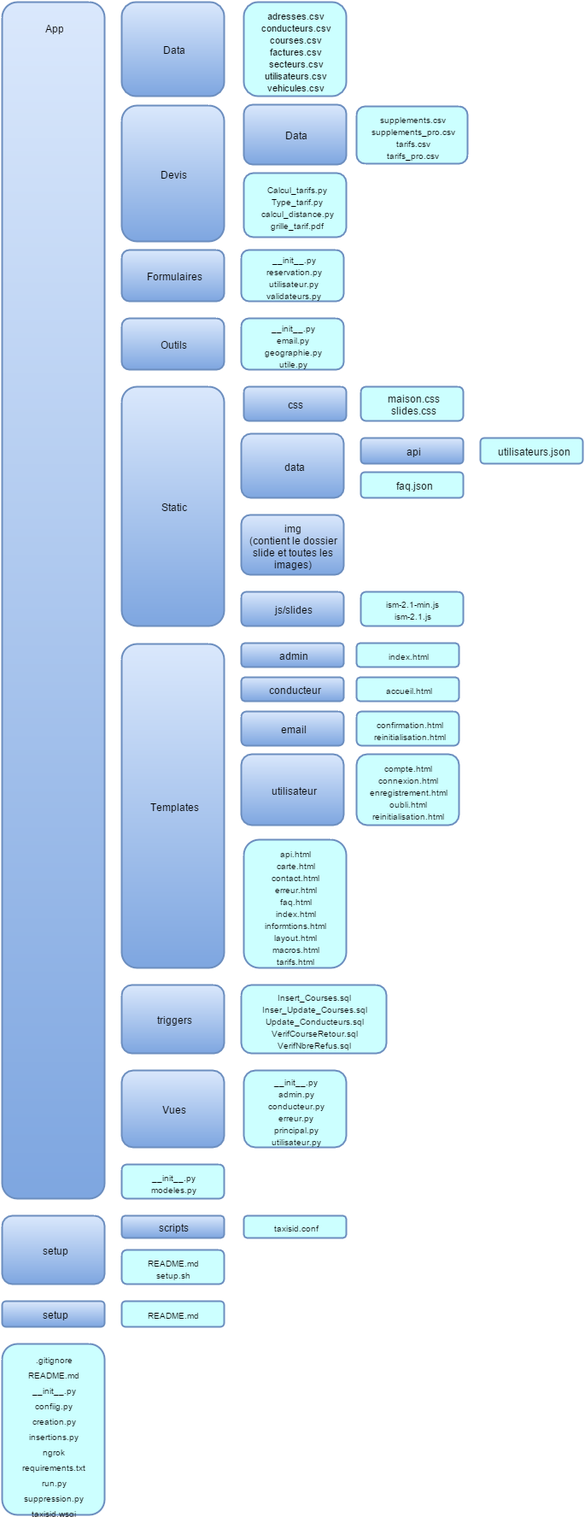
Above: doc/Architecture.png in np9/Production (draw.io), before the change. Source tidied: cells renumbered, new cells last; positions are measured from the earlier drawing's top-left corner, leaving out a move shared by most shapes.
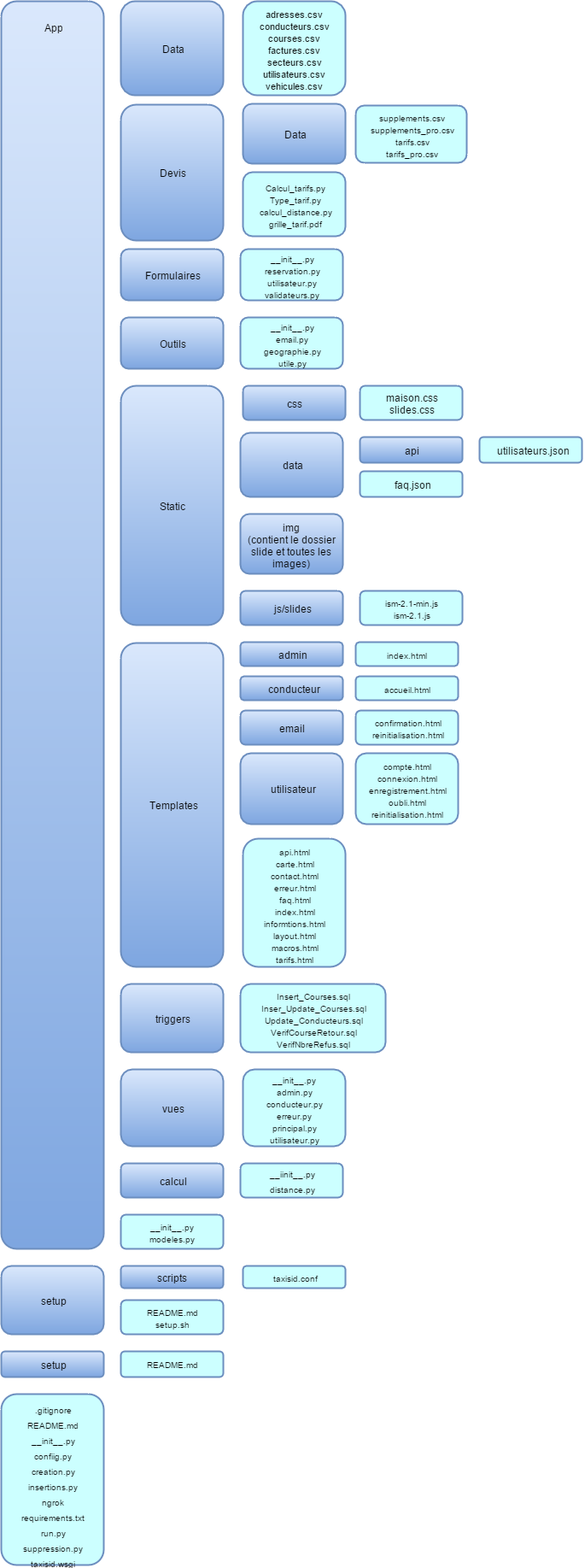
Later version of the same file.

Commit message:
Modif archi

What changed in the source:
```diff
@@ -3,7 +3,7 @@
     <mxCell id="0" />
     <mxCell id="1" parent="0" />
     <mxCell id="2" style="rounded=1;whiteSpace=wrap;html=1;strokeWidth=2;plain-blue;" parent="1" vertex="1">
-      <mxGeometry width="120" height="1400" as="geometry" />
+      <mxGeometry width="120" height="1460" as="geometry" />
     </mxCell>
     <mxCell id="3" value="Data" style="rounded=1;whiteSpace=wrap;html=1;strokeWidth=2;plain-blue;" parent="1" vertex="1">
       <mxGeometry x="140" width="120" height="110" as="geometry" />
@@ -104,35 +104,41 @@
     <mxCell id="35" value="&lt;font style=&quot;font-size: 10px&quot;&gt;Insert_Courses.sql&lt;/font&gt;&lt;div&gt;&lt;font style=&quot;font-size: 10px&quot;&gt;Inser_Update_Courses.sql&lt;/font&gt;&lt;/div&gt;&lt;div&gt;&lt;font style=&quot;font-size: 10px&quot;&gt;Update_Conducteurs.sql&lt;/font&gt;&lt;/div&gt;&lt;div&gt;&lt;font style=&quot;font-size: 10px&quot;&gt;VerifCourseRetour.sql&lt;/font&gt;&lt;/div&gt;&lt;div&gt;&lt;font style=&quot;font-size: 10px&quot;&gt;VerifNbreRefus.sql&lt;/font&gt;&lt;/div&gt;" style="rounded=1;whiteSpace=wrap;html=1;strokeWidth=2;plain-blue;gradientColor=none;fillColor=#CCFFFF;" parent="1" vertex="1">
       <mxGeometry x="280" y="1150" width="170" height="80" as="geometry" />
     </mxCell>
-    <mxCell id="36" value="Vues" style="rounded=1;whiteSpace=wrap;html=1;strokeWidth=2;plain-blue;" parent="1" vertex="1">
+    <mxCell id="36" value="vues" style="rounded=1;whiteSpace=wrap;html=1;strokeWidth=2;plain-blue;" parent="1" vertex="1">
       <mxGeometry x="140" y="1250" width="120" height="90" as="geometry" />
     </mxCell>
     <mxCell id="37" value="&lt;font style=&quot;font-size: 10px&quot;&gt;__init__.py&lt;/font&gt;&lt;div&gt;&lt;font style=&quot;font-size: 10px&quot;&gt;admin.py&lt;/font&gt;&lt;/div&gt;&lt;div&gt;&lt;font style=&quot;font-size: 10px&quot;&gt;conducteur.py&lt;/font&gt;&lt;/div&gt;&lt;div&gt;&lt;font style=&quot;font-size: 10px&quot;&gt;erreur.py&lt;/font&gt;&lt;/div&gt;&lt;div&gt;&lt;font style=&quot;font-size: 10px&quot;&gt;principal.py&lt;/font&gt;&lt;/div&gt;&lt;div&gt;&lt;font style=&quot;font-size: 10px&quot;&gt;utilisateur.py&lt;/font&gt;&lt;/div&gt;" style="rounded=1;whiteSpace=wrap;html=1;strokeWidth=2;plain-blue;gradientColor=none;fillColor=#CCFFFF;" parent="1" vertex="1">
       <mxGeometry x="283" y="1250" width="120" height="90" as="geometry" />
     </mxCell>
     <mxCell id="38" value="&lt;font style=&quot;font-size: 10px&quot;&gt;__init__.py&lt;/font&gt;&lt;div&gt;&lt;font style=&quot;font-size: 10px&quot;&gt;modeles.py&lt;/font&gt;&lt;/div&gt;" style="rounded=1;whiteSpace=wrap;html=1;strokeWidth=2;plain-blue;gradientColor=none;fillColor=#CCFFFF;" parent="1" vertex="1">
-      <mxGeometry x="140" y="1360" width="120" height="40" as="geometry" />
+      <mxGeometry x="140" y="1420" width="120" height="40" as="geometry" />
     </mxCell>
     <mxCell id="39" value="setup" style="rounded=1;whiteSpace=wrap;html=1;strokeWidth=2;plain-blue;" parent="1" vertex="1">
-      <mxGeometry y="1420" width="120" height="80" as="geometry" />
+      <mxGeometry y="1480" width="120" height="80" as="geometry" />
     </mxCell>
     <mxCell id="40" value="scripts" style="rounded=1;whiteSpace=wrap;html=1;strokeWidth=2;plain-blue;" parent="1" vertex="1">
-      <mxGeometry x="140" y="1420" width="120" height="26" as="geometry" />
+      <mxGeometry x="140" y="1480" width="120" height="26" as="geometry" />
     </mxCell>
     <mxCell id="41" value="&lt;font style=&quot;font-size: 10px&quot;&gt;README.md&lt;/font&gt;&lt;div&gt;&lt;font style=&quot;font-size: 10px&quot;&gt;setup.sh&lt;/font&gt;&lt;/div&gt;" style="rounded=1;whiteSpace=wrap;html=1;strokeWidth=2;plain-blue;gradientColor=none;fillColor=#CCFFFF;" parent="1" vertex="1">
-      <mxGeometry x="140" y="1460" width="120" height="40" as="geometry" />
+      <mxGeometry x="140" y="1520" width="120" height="40" as="geometry" />
     </mxCell>
     <mxCell id="42" value="&lt;font style=&quot;font-size: 10px&quot;&gt;taxisid.conf&lt;/font&gt;" style="rounded=1;whiteSpace=wrap;html=1;strokeWidth=2;plain-blue;gradientColor=none;fillColor=#CCFFFF;" parent="1" vertex="1">
-      <mxGeometry x="283" y="1420" width="120" height="26" as="geometry" />
+      <mxGeometry x="283" y="1480" width="120" height="26" as="geometry" />
     </mxCell>
     <mxCell id="43" value="setup" style="rounded=1;whiteSpace=wrap;html=1;strokeWidth=2;plain-blue;" parent="1" vertex="1">
-      <mxGeometry y="1520" width="120" height="30" as="geometry" />
+      <mxGeometry y="1580" width="120" height="30" as="geometry" />
     </mxCell>
     <mxCell id="44" value="&lt;span style=&quot;font-size: 10px ; line-height: 18.018px&quot;&gt;README.md&lt;/span&gt;" style="rounded=1;whiteSpace=wrap;html=1;strokeWidth=2;plain-blue;gradientColor=none;fillColor=#CCFFFF;" parent="1" vertex="1">
-      <mxGeometry x="140" y="1520" width="120" height="30" as="geometry" />
+      <mxGeometry x="140" y="1580" width="120" height="30" as="geometry" />
     </mxCell>
     <mxCell id="45" value="&lt;span style=&quot;font-size: 10px ; line-height: 18.018px&quot;&gt;.gitignore&lt;/span&gt;&lt;div&gt;&lt;span style=&quot;font-size: 10px ; line-height: 18.018px&quot;&gt;README.md&lt;/span&gt;&lt;/div&gt;&lt;div&gt;&lt;span style=&quot;font-size: 10px ; line-height: 18.018px&quot;&gt;__init__.py&lt;/span&gt;&lt;/div&gt;&lt;div&gt;&lt;span style=&quot;font-size: 10px ; line-height: 18.018px&quot;&gt;confiig.py&lt;/span&gt;&lt;/div&gt;&lt;div&gt;&lt;span style=&quot;font-size: 10px ; line-height: 18.018px&quot;&gt;creation.py&lt;/span&gt;&lt;/div&gt;&lt;div&gt;&lt;span style=&quot;font-size: 10px ; line-height: 18.018px&quot;&gt;insertions.py&lt;/span&gt;&lt;/div&gt;&lt;div&gt;&lt;span style=&quot;font-size: 10px ; line-height: 18.018px&quot;&gt;ngrok&lt;/span&gt;&lt;/div&gt;&lt;div&gt;&lt;span style=&quot;font-size: 10px ; line-height: 18.018px&quot;&gt;requirements.txt&lt;/span&gt;&lt;/div&gt;&lt;div&gt;&lt;span style=&quot;font-size: 10px ; line-height: 18.018px&quot;&gt;run.py&lt;/span&gt;&lt;/div&gt;&lt;div&gt;&lt;span style=&quot;font-size: 10px ; line-height: 18.018px&quot;&gt;suppression.py&lt;/span&gt;&lt;/div&gt;&lt;div&gt;&lt;span style=&quot;font-size: 10px ; line-height: 18.018px&quot;&gt;taxisid.wsgi&lt;/span&gt;&lt;/div&gt;" style="rounded=1;whiteSpace=wrap;html=1;strokeWidth=2;plain-blue;gradientColor=none;fillColor=#CCFFFF;" parent="1" vertex="1">
-      <mxGeometry y="1570" width="120" height="200" as="geometry" />
+      <mxGeometry y="1630" width="120" height="200" as="geometry" />
     </mxCell>
+    <mxCell id="46" value="calcul" style="rounded=1;whiteSpace=wrap;html=1;strokeWidth=2;plain-blue;" parent="1" vertex="1">
+      <mxGeometry x="140" y="1360" width="120" height="40" as="geometry" />
+    </mxCell>
+    <mxCell id="47" value="&lt;span style=&quot;font-size: 10px ; line-height: 18.018px&quot;&gt;__iinit__.py&lt;/span&gt;&lt;div&gt;&lt;span style=&quot;font-size: 10px ; line-height: 18.018px&quot;&gt;distance.py&lt;/span&gt;&lt;/div&gt;" style="rounded=1;whiteSpace=wrap;html=1;strokeWidth=2;plain-blue;gradientColor=none;fillColor=#CCFFFF;" parent="1" vertex="1">
+      <mxGeometry x="280" y="1360" width="120" height="40" as="geometry" />
+    </mxCell>
   </root>
 </mxGraphModel>
```
